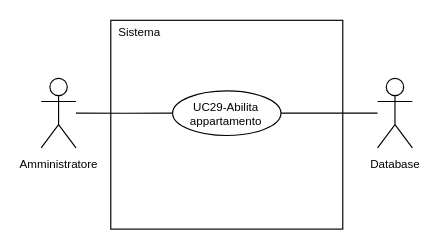
The draw.io diagram 2-RTB/Documenti_esterni/Analisi_dei_requisiti/draw.io/UC29.drawio in SnakeByteTeam/snakebyteteam.github.io, before the edit. Source tidied: cells renumbered, new cells numbered last; positions are measured from the earlier drawing's top-left corner, leaving out a move shared by most shapes. Both pictures are drawn from the tidied source at 116%, with x=0, y=0 at pixel (41, 20).
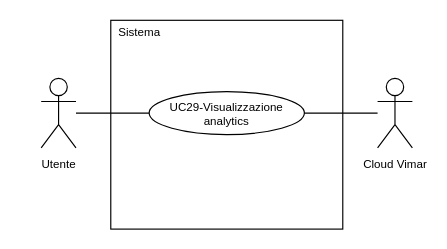
The same page after the edit.

Change to the diagram source:
```diff
@@
 <mxGraphModel>
   <root>
     <mxCell id="0" />
     <mxCell id="1" parent="0" />
-    <mxCell id="2" value="&lt;font style=&quot;font-size: 10px; line-height: 100%;&quot;&gt;Amministratore&lt;/font&gt;" style="shape=umlActor;verticalLabelPosition=bottom;verticalAlign=top;html=1;outlineConnect=0;" parent="1" vertex="1">
+    <mxCell id="2" value="&lt;font style=&quot;font-size: 10px; line-height: 100%;&quot;&gt;Utente&lt;/font&gt;" style="shape=umlActor;verticalLabelPosition=bottom;verticalAlign=top;html=1;outlineConnect=0;" parent="1" vertex="1">
       <mxGeometry y="50" width="30" height="60" as="geometry" />
     </mxCell>
     <mxCell id="3" style="rounded=0;whiteSpace=wrap;html=1;" parent="1" vertex="1">
       <mxGeometry x="60" width="200" height="180" as="geometry" />
     </mxCell>
     <mxCell id="4" style="edgeStyle=orthogonalEdgeStyle;rounded=0;jettySize=auto;html=1;exitX=0;exitY=0.5;exitDx=0;exitDy=0;endArrow=none;endFill=0;" parent="1" edge="1" source="5" target="2">
       <mxGeometry relative="1" as="geometry" />
     </mxCell>
-    <mxCell id="5" value="&lt;div style=&quot;line-height: 100%;&quot;&gt;&lt;font style=&quot;line-height: 100%; font-size: 10px;&quot;&gt;UC29-Abilita&lt;br&gt;&lt;/font&gt;&lt;/div&gt;&lt;div style=&quot;line-height: 100%;&quot;&gt;&lt;font style=&quot;line-height: 100%; font-size: 10px;&quot;&gt;appartamento&lt;/font&gt;&lt;/div&gt;" style="ellipse;whiteSpace=wrap;html=1;" parent="1" vertex="1">
-      <mxGeometry x="113.3" y="60.8" width="93.4" height="38.5" as="geometry" />
+    <mxCell id="5" value="&lt;div style=&quot;line-height: 100%;&quot;&gt;&lt;font style=&quot;line-height: 100%; font-size: 10px;&quot;&gt;UC29-Visualizzazione&lt;br&gt;&lt;/font&gt;&lt;/div&gt;&lt;div style=&quot;line-height: 100%;&quot;&gt;&lt;font style=&quot;line-height: 100%; font-size: 10px;&quot;&gt;analytics&lt;/font&gt;&lt;/div&gt;" style="ellipse;whiteSpace=wrap;html=1;" parent="1" vertex="1">
+      <mxGeometry x="93.1" y="61.5" width="133.8" height="37" as="geometry" />
     </mxCell>
     <mxCell id="6" value="&lt;font style=&quot;font-size: 10px;&quot;&gt;Sistema&lt;/font&gt;" style="text;html=1;whiteSpace=wrap;strokeColor=none;fillColor=none;align=center;verticalAlign=middle;rounded=0;" parent="1" vertex="1">
       <mxGeometry x="60" width="50" height="20" as="geometry" />
     </mxCell>
-    <mxCell id="7" style="edgeStyle=orthogonalEdgeStyle;rounded=0;jettySize=auto;html=1;entryX=1;entryY=0.5;entryDx=0;entryDy=0;endArrow=none;endFill=0;" parent="1" edge="1" source="8" target="5">
-      <mxGeometry relative="1" as="geometry" />
-    </mxCell>
-    <mxCell id="8" value="&lt;font style=&quot;font-size: 10px; line-height: 100%;&quot;&gt;Database&lt;/font&gt;" style="shape=umlActor;verticalLabelPosition=bottom;verticalAlign=top;html=1;outlineConnect=0;" parent="1" vertex="1">
-      <mxGeometry x="290" y="50" width="30" height="60" as="geometry" />
-    </mxCell>
+    <mxCell id="9" style="rounded=0;jettySize=auto;html=1;entryX=1;entryY=0.5;entryDx=0;entryDy=0;endArrow=none;endFill=0;" parent="1" edge="1" source="10" target="5">
+      <mxGeometry relative="1" as="geometry" />
+    </mxCell>
+    <mxCell id="10" value="&lt;font style=&quot;font-size: 10px; line-height: 100%;&quot;&gt;Cloud Vimar&lt;/font&gt;" style="shape=umlActor;verticalLabelPosition=bottom;verticalAlign=top;html=1;outlineConnect=0;" parent="1" vertex="1">
+      <mxGeometry x="290" y="50" width="30" height="60" as="geometry" />
+    </mxCell>
   </root>
 </mxGraphModel>
```
